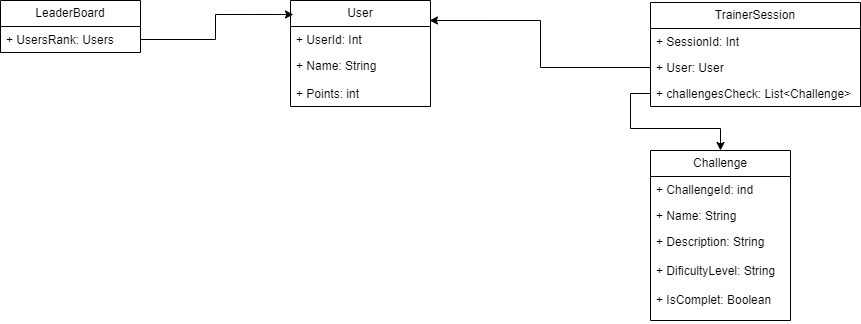
Earlier version of the draw.io export src/Model/UML.drawio.png (DevCodeMathias/Fiap_challange-2024). Source tidied: cells renumbered, new cells last; positions are measured from the earlier drawing's top-left corner, leaving out a move shared by most shapes.
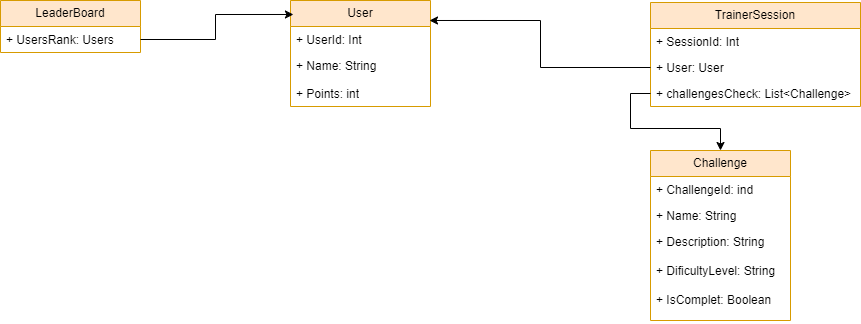
Above is the later version.

The edit, as a diff of the source:
```diff
@@ -2,7 +2,7 @@
   <root>
     <mxCell id="0" />
     <mxCell id="1" parent="0" />
-    <mxCell id="2" value="User" style="swimlane;fontStyle=0;horizontal=1;startSize=26;fillColor=none;whiteSpace=wrap;html=1;" parent="1" vertex="1">
+    <mxCell id="2" value="User" style="swimlane;fontStyle=0;horizontal=1;startSize=26;fillColor=#ffe6cc;whiteSpace=wrap;html=1;strokeColor=#d79b00;" parent="1" vertex="1">
       <mxGeometry x="290" width="140" height="106" as="geometry" />
     </mxCell>
     <mxCell id="3" value="+ UserId: Int" style="text;strokeColor=none;fillColor=none;align=left;verticalAlign=top;spacingLeft=4;spacingRight=4;overflow=hidden;points=[[0,0.5],[1,0.5]];portConstraint=eastwest;whiteSpace=wrap;html=1;" parent="2" vertex="1">
@@ -14,7 +14,7 @@
     <mxCell id="5" value="+ Points: int" style="text;strokeColor=none;fillColor=none;align=left;verticalAlign=top;spacingLeft=4;spacingRight=4;overflow=hidden;whiteSpace=wrap;html=1;" parent="2" vertex="1">
       <mxGeometry y="80" width="140" height="26" as="geometry" />
     </mxCell>
-    <mxCell id="6" value="TrainerSession" style="swimlane;fontStyle=0;horizontal=1;startSize=26;fillColor=none;whiteSpace=wrap;html=1;" parent="1" vertex="1">
+    <mxCell id="6" value="TrainerSession" style="swimlane;fontStyle=0;horizontal=1;startSize=26;fillColor=#ffe6cc;whiteSpace=wrap;html=1;strokeColor=#d79b00;" parent="1" vertex="1">
       <mxGeometry x="650" y="2" width="210" height="104" as="geometry" />
     </mxCell>
     <mxCell id="7" value="+ SessionId: Int" style="text;strokeColor=none;fillColor=none;align=left;verticalAlign=top;spacingLeft=4;spacingRight=4;overflow=hidden;whiteSpace=wrap;html=1;" parent="6" vertex="1">
@@ -29,7 +29,7 @@
     <mxCell id="10" style="edgeStyle=orthogonalEdgeStyle;rounded=0;jettySize=auto;html=1;entryX=0.993;entryY=-0.231;entryDx=0;entryDy=0;entryPerimeter=0;" parent="1" edge="1" source="8" target="3">
       <mxGeometry relative="1" as="geometry" />
     </mxCell>
-    <mxCell id="11" value="Challenge" style="swimlane;fontStyle=0;horizontal=1;startSize=26;fillColor=none;whiteSpace=wrap;html=1;" parent="1" vertex="1">
+    <mxCell id="11" value="Challenge" style="swimlane;fontStyle=0;horizontal=1;startSize=26;fillColor=#ffe6cc;whiteSpace=wrap;html=1;strokeColor=#d79b00;" parent="1" vertex="1">
       <mxGeometry x="650" y="150" width="140" height="170" as="geometry" />
     </mxCell>
     <mxCell id="12" value="+ ChallengeId: ind" style="text;strokeColor=none;fillColor=none;align=left;verticalAlign=top;spacingLeft=4;spacingRight=4;overflow=hidden;whiteSpace=wrap;html=1;" parent="11" vertex="1">
@@ -44,7 +44,7 @@
     <mxCell id="15" style="edgeStyle=orthogonalEdgeStyle;rounded=0;jettySize=auto;html=1;" parent="1" edge="1" source="9" target="11">
       <mxGeometry relative="1" as="geometry" />
     </mxCell>
-    <mxCell id="16" value="LeaderBoard" style="swimlane;fontStyle=0;horizontal=1;startSize=26;fillColor=none;whiteSpace=wrap;html=1;" parent="1" vertex="1">
+    <mxCell id="16" value="LeaderBoard" style="swimlane;fontStyle=0;horizontal=1;startSize=26;fillColor=#ffe6cc;whiteSpace=wrap;html=1;strokeColor=#d79b00;" parent="1" vertex="1">
       <mxGeometry width="140" height="52" as="geometry" />
     </mxCell>
     <mxCell id="17" value="+ UsersRank: Users" style="text;strokeColor=none;fillColor=none;align=left;verticalAlign=top;spacingLeft=4;spacingRight=4;overflow=hidden;points=[[0,0.5],[1,0.5]];portConstraint=eastwest;whiteSpace=wrap;html=1;" parent="16" vertex="1">
```
